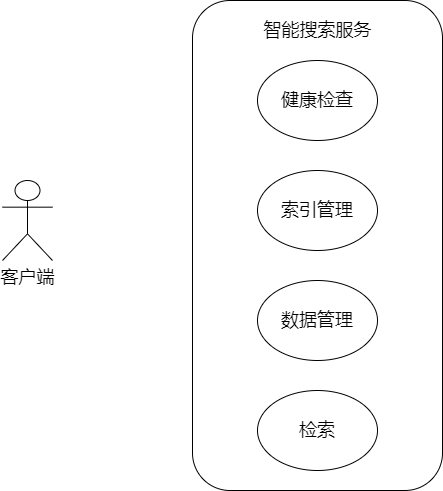
Earlier version of the draw.io export .settings/未命名绘图.drawio.png (zjcDM/MRMD). Source tidied: cells renumbered, new cells last; positions are measured from the earlier drawing's top-left corner, leaving out a move shared by most shapes.
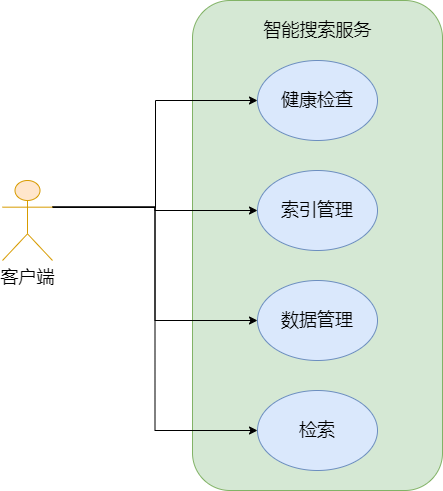
The same diagram one commit later.

Commit message:
智能搜索用例图.drawio.png

Diff of the diagram source:
```diff
@@ -2,22 +2,39 @@
   <root>
     <mxCell id="0" />
     <mxCell id="1" parent="0" />
-    <mxCell id="2" style="rounded=1;whiteSpace=wrap;html=1;" parent="1" vertex="1">
+    <mxCell id="2" style="rounded=1;whiteSpace=wrap;html=1;fillColor=#d5e8d4;strokeColor=#82b366;" parent="1" vertex="1">
       <mxGeometry x="190" width="250" height="490" as="geometry" />
     </mxCell>
+    <mxCell id="9" style="edgeStyle=orthogonalEdgeStyle;rounded=0;jettySize=auto;html=1;entryX=0;entryY=0.5;entryDx=0;entryDy=0;fontSize=18;exitX=1;exitY=0.3333333333333333;exitDx=0;exitDy=0;exitPerimeter=0;" parent="1" edge="1" source="3" target="4">
+      <mxGeometry relative="1" as="geometry">
+        <Array as="points">
+          <mxPoint x="153" y="207" />
+          <mxPoint x="153" y="100" />
+        </Array>
+      </mxGeometry>
+    </mxCell>
+    <mxCell id="10" style="edgeStyle=orthogonalEdgeStyle;rounded=0;jettySize=auto;html=1;exitX=1;exitY=0.3333333333333333;exitDx=0;exitDy=0;exitPerimeter=0;fontSize=18;" parent="1" edge="1" source="3" target="6">
+      <mxGeometry relative="1" as="geometry" />
+    </mxCell>
+    <mxCell id="11" style="edgeStyle=orthogonalEdgeStyle;rounded=0;jettySize=auto;html=1;exitX=1;exitY=0.3333333333333333;exitDx=0;exitDy=0;exitPerimeter=0;entryX=0;entryY=0.5;entryDx=0;entryDy=0;fontSize=18;" parent="1" edge="1" source="3" target="5">
+      <mxGeometry relative="1" as="geometry" />
+    </mxCell>
+    <mxCell id="12" style="edgeStyle=orthogonalEdgeStyle;rounded=0;jettySize=auto;html=1;exitX=1;exitY=0.3333333333333333;exitDx=0;exitDy=0;exitPerimeter=0;entryX=0;entryY=0.5;entryDx=0;entryDy=0;fontSize=18;" parent="1" edge="1" source="3" target="7">
+      <mxGeometry relative="1" as="geometry" />
+    </mxCell>
-    <mxCell id="3" value="&lt;font style=&quot;font-size: 18px&quot;&gt;客户端&lt;/font&gt;" style="shape=umlActor;verticalLabelPosition=bottom;verticalAlign=top;html=1;outlineConnect=0;" parent="1" vertex="1">
+    <mxCell id="3" value="&lt;font style=&quot;font-size: 18px&quot;&gt;客户端&lt;/font&gt;" style="shape=umlActor;verticalLabelPosition=bottom;verticalAlign=top;html=1;outlineConnect=0;fillColor=#ffe6cc;strokeColor=#d79b00;" parent="1" vertex="1">
       <mxGeometry y="180" width="50" height="80" as="geometry" />
     </mxCell>
-    <mxCell id="4" value="&lt;font style=&quot;font-size: 18px&quot;&gt;健康检查&lt;/font&gt;" style="ellipse;whiteSpace=wrap;html=1;" parent="1" vertex="1">
+    <mxCell id="4" value="&lt;font style=&quot;font-size: 18px&quot;&gt;健康检查&lt;/font&gt;" style="ellipse;whiteSpace=wrap;html=1;fillColor=#dae8fc;strokeColor=#6c8ebf;" parent="1" vertex="1">
       <mxGeometry x="255" y="60" width="120" height="80" as="geometry" />
     </mxCell>
-    <mxCell id="5" value="&lt;font style=&quot;font-size: 18px&quot;&gt;数据管理&lt;/font&gt;" style="ellipse;whiteSpace=wrap;html=1;" parent="1" vertex="1">
+    <mxCell id="5" value="&lt;font style=&quot;font-size: 18px&quot;&gt;数据管理&lt;/font&gt;" style="ellipse;whiteSpace=wrap;html=1;fillColor=#dae8fc;strokeColor=#6c8ebf;" parent="1" vertex="1">
       <mxGeometry x="255" y="280" width="120" height="80" as="geometry" />
     </mxCell>
-    <mxCell id="6" value="&lt;font style=&quot;font-size: 18px&quot;&gt;索引管理&lt;/font&gt;" style="ellipse;whiteSpace=wrap;html=1;" parent="1" vertex="1">
+    <mxCell id="6" value="&lt;font style=&quot;font-size: 18px&quot;&gt;索引管理&lt;/font&gt;" style="ellipse;whiteSpace=wrap;html=1;fillColor=#dae8fc;strokeColor=#6c8ebf;" parent="1" vertex="1">
       <mxGeometry x="255" y="170" width="120" height="80" as="geometry" />
     </mxCell>
-    <mxCell id="7" value="&lt;font style=&quot;font-size: 18px&quot;&gt;检索&lt;/font&gt;" style="ellipse;whiteSpace=wrap;html=1;" parent="1" vertex="1">
+    <mxCell id="7" value="&lt;font style=&quot;font-size: 18px&quot;&gt;检索&lt;/font&gt;" style="ellipse;whiteSpace=wrap;html=1;fillColor=#dae8fc;strokeColor=#6c8ebf;" parent="1" vertex="1">
       <mxGeometry x="255" y="390" width="120" height="80" as="geometry" />
     </mxCell>
     <mxCell id="8" value="&lt;font style=&quot;font-size: 18px&quot;&gt;智能搜索服务&lt;/font&gt;" style="text;html=1;align=center;verticalAlign=middle;strokeColor=none;fillColor=none;" parent="1" vertex="1">
```
